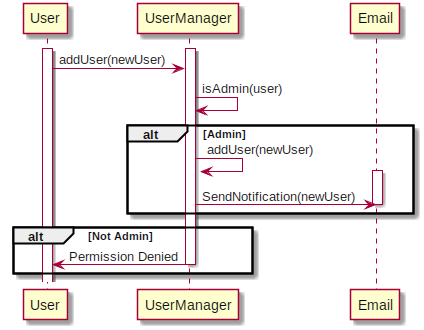
Before: doc/SSRS/images/SequenceDiagrams/ProjectMemberManagementAddUser.png, a diagram exported from PlantUML (cs383-4/sQuire). Its diagram source:
```plantuml
@startuml
Activate User
Activate UserManager
User -> UserManager: addUser(newUser)
UserManager -> UserManager: isAdmin(user)

alt Admin
UserManager -> UserManager: addUser(newUser)
Activate Email
UserManager -> Email: SendNotification(newUser)
Deactivate Email
end

alt Not Admin
UserManager -> User: Permission Denied
Deactivate UserManager
end
@enduml
```
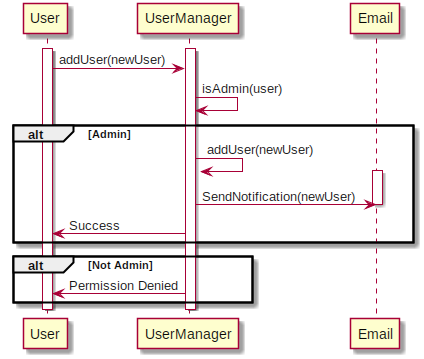
After the change.

Commit message:
Added return value to ProjectMemberManagementAddUser

Diff of the diagram source:
```diff
@@ -9,10 +9,12 @@
 Activate Email
 UserManager -> Email: SendNotification(newUser)
 Deactivate Email
+UserManager -> User: Success
 end
 
 alt Not Admin
 UserManager -> User: Permission Denied
+end
 Deactivate UserManager
-end
+Deactivate User
 @enduml
```
